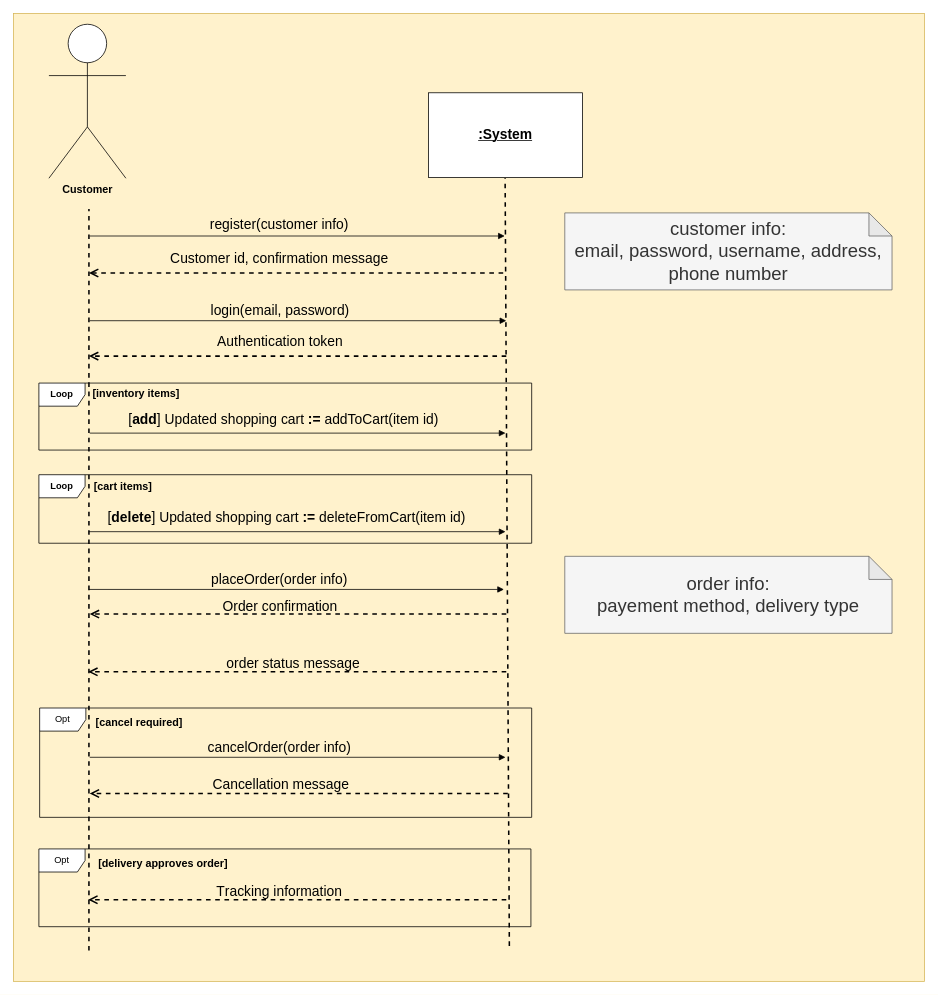
The draw.io diagram UML/sequence diagram/Customer Sequence Diagram.drawio in eltohamy3/Ecommerce-System-analysis_project, before the edit. Source tidied: cells renumbered, new cells numbered last; positions are measured from the earlier drawing's top-left corner, leaving out a move shared by most shapes. Both pictures are drawn from the tidied source at 77%, with x=0, y=0 at pixel (13, 13).
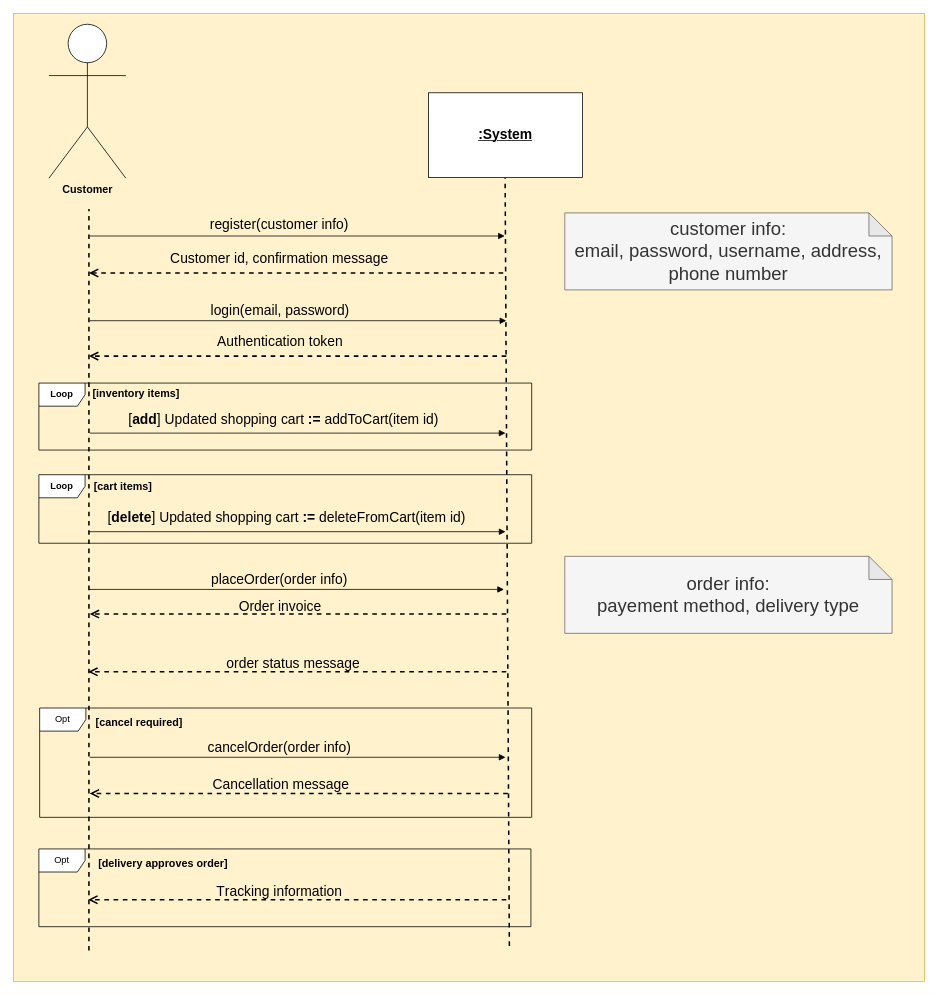
After the change.

Commit message (it also covers changes not shown here):
Place order updated

Change to the diagram source:
```diff
@@
-    <mxCell id="18" value="&lt;span style=&quot;font-kerning: none;&quot; class=&quot;OYPEnA font-feature-liga-off font-feature-clig-off font-feature-calt-off text-decoration-none text-strikethrough-none&quot;&gt;&lt;font style=&quot;font-size: 18px;&quot;&gt;Order confirmation&lt;/font&gt;&lt;/span&gt;" style="text;html=1;align=center;verticalAlign=middle;strokeColor=none;fillColor=none;" parent="1" vertex="1">
-      <mxGeometry x="261.5" y="753" width="168" height="36" as="geometry" />
+    <mxCell id="18" value="&lt;span style=&quot;font-kerning: none;&quot; class=&quot;OYPEnA font-feature-liga-off font-feature-clig-off font-feature-calt-off text-decoration-none text-strikethrough-none&quot;&gt;&lt;font style=&quot;font-size: 18px;&quot;&gt;Order invoice&lt;/font&gt;&lt;/span&gt;" style="text;html=1;align=center;verticalAlign=middle;strokeColor=none;fillColor=none;" parent="1" vertex="1">
+      <mxGeometry x="283.5" y="754" width="125" height="34" as="geometry" />
     </mxCell>
```
